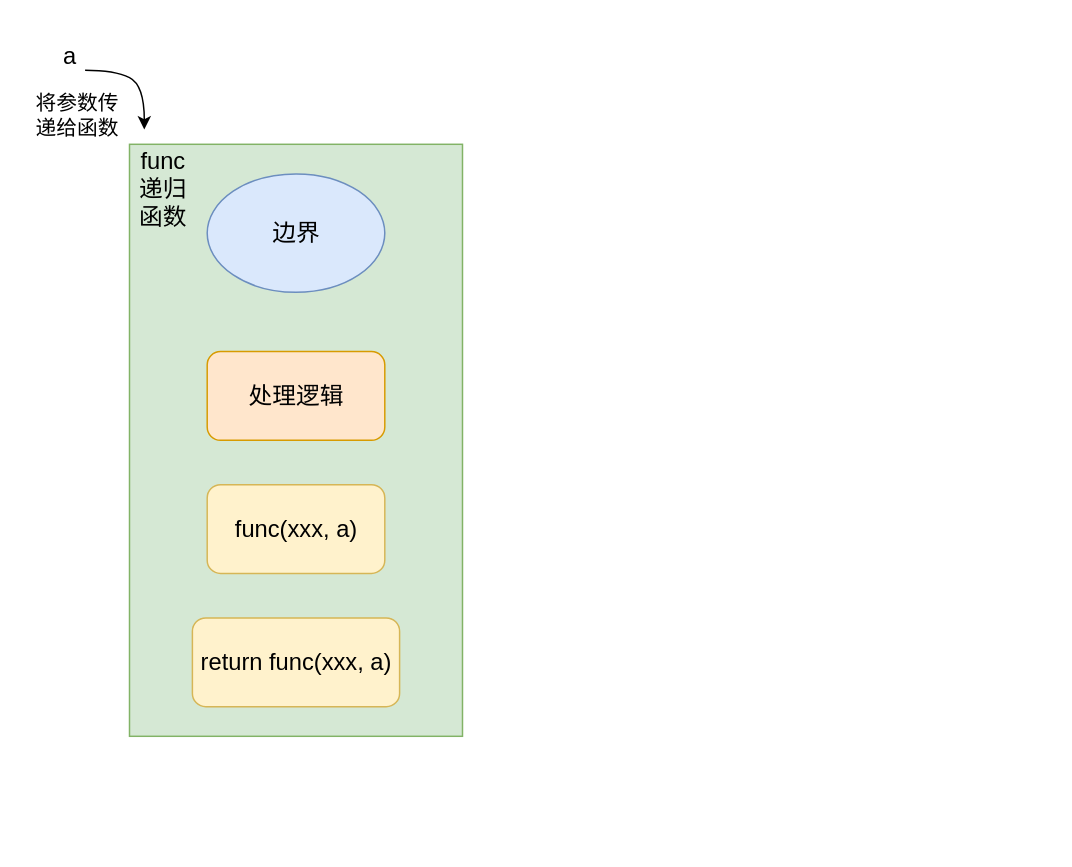
Before: 形式2变量接收递归式.drawio in codelyc/Hello-World, a draw.io diagram. Source tidied: cells renumbered, new cells numbered last; positions are measured from the earlier drawing's top-left corner, leaving out a move shared by most shapes. Both pictures are drawn from the tidied source at 148%, with x=0, y=0 at pixel (25, 40).
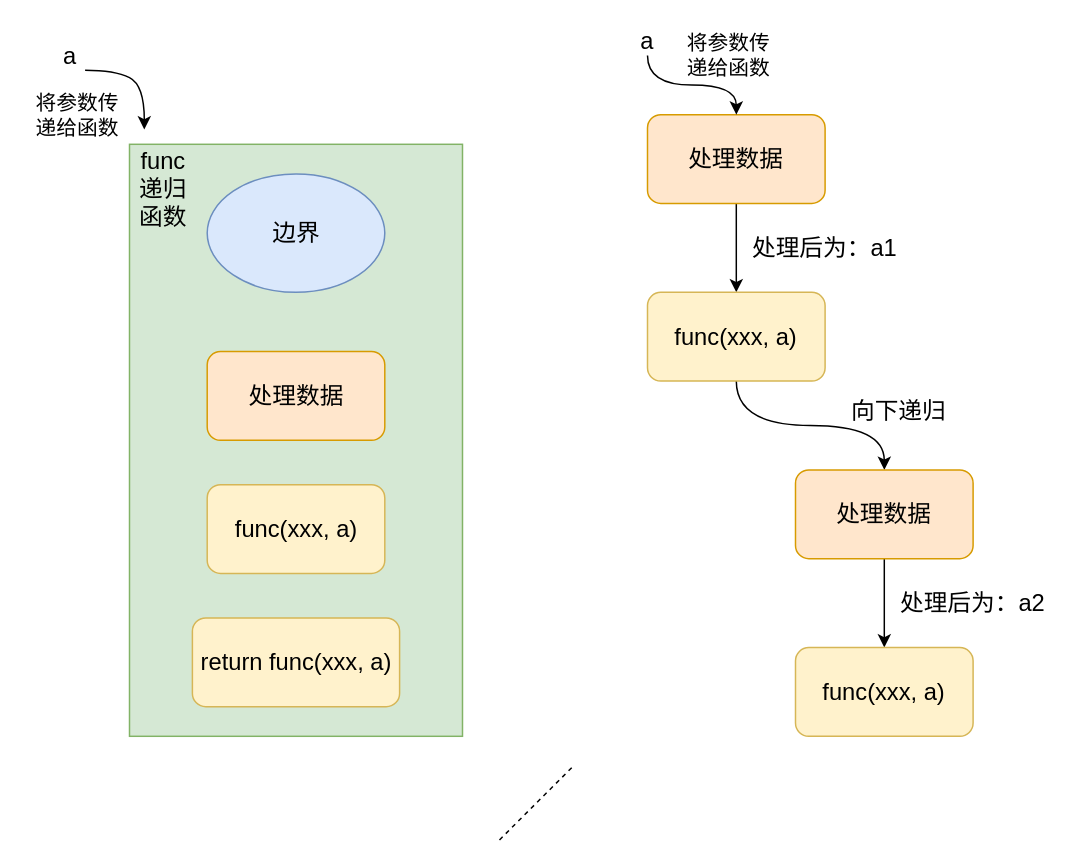
The same page after the edit.

Commit message (it also covers changes not shown here):
更新形式2变量接收递归式.drawio

The change refers to these unchanged cells:
```xml
<mxCell id="4" style="group;" parent="2" vertex="1">
  <mxGeometry x="42.5" y="20" width="140" height="360" as="geometry" />
</mxCell>
```

Change to the diagram source:
```diff
@@
-    <mxCell id="6" value="&lt;font style=&quot;font-size: 16px&quot;&gt;处理逻辑&lt;/font&gt;" style="rounded=1;whiteSpace=wrap;html=1;fillColor=#ffe6cc;strokeColor=#d79b00;" parent="4" vertex="1">
+    <mxCell id="6" value="&lt;font style=&quot;font-size: 16px&quot;&gt;处理数据&lt;/font&gt;" style="rounded=1;whiteSpace=wrap;html=1;fillColor=#ffe6cc;strokeColor=#d79b00;" parent="4" vertex="1">
       <mxGeometry x="10" y="120" width="120" height="60" as="geometry" />
     </mxCell>
@@
+    <mxCell id="13" style="edgeStyle=orthogonalEdgeStyle;rounded=0;jettySize=auto;html=1;exitX=0.5;exitY=1;exitDx=0;exitDy=0;entryX=0.5;entryY=0;entryDx=0;entryDy=0;" parent="1" edge="1" source="14" target="16">
+      <mxGeometry relative="1" as="geometry" />
+    </mxCell>
+    <mxCell id="14" value="&lt;font style=&quot;font-size: 16px&quot;&gt;处理数据&lt;/font&gt;" style="rounded=1;whiteSpace=wrap;html=1;fillColor=#ffe6cc;strokeColor=#d79b00;" parent="1" vertex="1">
+      <mxGeometry x="420" y="50" width="120" height="60" as="geometry" />
+    </mxCell>
+    <mxCell id="15" style="edgeStyle=orthogonalEdgeStyle;rounded=0;jettySize=auto;html=1;entryX=0.5;entryY=0;entryDx=0;entryDy=0;curved=1;" parent="1" edge="1" source="16" target="18">
+      <mxGeometry relative="1" as="geometry" />
+    </mxCell>
+    <mxCell id="16" value="&lt;font style=&quot;font-size: 16px&quot;&gt;func(xxx, a)&lt;/font&gt;" style="rounded=1;whiteSpace=wrap;html=1;fillColor=#fff2cc;strokeColor=#d6b656;" parent="1" vertex="1">
+      <mxGeometry x="420" y="170" width="120" height="60" as="geometry" />
+    </mxCell>
+    <mxCell id="17" style="edgeStyle=orthogonalEdgeStyle;curved=1;rounded=0;jettySize=auto;html=1;entryX=0.5;entryY=0;entryDx=0;entryDy=0;" parent="1" edge="1" source="18" target="19">
+      <mxGeometry relative="1" as="geometry" />
+    </mxCell>
+    <mxCell id="18" value="&lt;font style=&quot;font-size: 16px&quot;&gt;处理数据&lt;/font&gt;" style="rounded=1;whiteSpace=wrap;html=1;fillColor=#ffe6cc;strokeColor=#d79b00;" parent="1" vertex="1">
+      <mxGeometry x="520" y="290" width="120" height="60" as="geometry" />
+    </mxCell>
+    <mxCell id="19" value="&lt;font style=&quot;font-size: 16px&quot;&gt;func(xxx, a)&lt;/font&gt;" style="rounded=1;whiteSpace=wrap;html=1;fillColor=#fff2cc;strokeColor=#d6b656;" parent="1" vertex="1">
+      <mxGeometry x="520" y="410" width="120" height="60" as="geometry" />
+    </mxCell>
+    <mxCell id="20" style="edgeStyle=orthogonalEdgeStyle;rounded=0;jettySize=auto;html=1;entryX=0.5;entryY=0;entryDx=0;entryDy=0;curved=1;" parent="1" edge="1" source="21" target="14">
+      <mxGeometry relative="1" as="geometry" />
+    </mxCell>
+    <mxCell id="21" value="&lt;font style=&quot;font-size: 16px&quot;&gt;a&lt;/font&gt;" style="text;html=1;strokeColor=none;fillColor=none;align=center;verticalAlign=middle;whiteSpace=wrap;rounded=0;" parent="1" vertex="1">
+      <mxGeometry x="400" y="-10" width="40" height="20" as="geometry" />
+    </mxCell>
+    <mxCell id="22" value="&lt;font style=&quot;font-size: 14px&quot;&gt;将参数传递给函数&lt;/font&gt;" style="text;html=1;strokeColor=none;fillColor=none;align=center;verticalAlign=middle;whiteSpace=wrap;rounded=0;" parent="1" vertex="1">
+      <mxGeometry x="440" width="70" height="20" as="geometry" />
+    </mxCell>
+    <mxCell id="23" value="&lt;font style=&quot;font-size: 16px&quot;&gt;向下递归&lt;/font&gt;" style="text;html=1;strokeColor=none;fillColor=none;align=center;verticalAlign=middle;whiteSpace=wrap;rounded=0;" parent="1" vertex="1">
+      <mxGeometry x="540" y="240" width="100" height="20" as="geometry" />
+    </mxCell>
+    <mxCell id="24" value="&lt;font style=&quot;font-size: 16px&quot;&gt;处理后为：a1&lt;/font&gt;" style="text;html=1;strokeColor=none;fillColor=none;align=center;verticalAlign=middle;whiteSpace=wrap;rounded=0;" parent="1" vertex="1">
+      <mxGeometry x="490" y="130" width="100" height="20" as="geometry" />
+    </mxCell>
+    <mxCell id="25" value="&lt;font style=&quot;font-size: 16px&quot;&gt;处理后为：a2&lt;/font&gt;" style="text;html=1;strokeColor=none;fillColor=none;align=center;verticalAlign=middle;whiteSpace=wrap;rounded=0;" parent="1" vertex="1">
+      <mxGeometry x="590" y="370" width="100" height="20" as="geometry" />
+    </mxCell>
+    <mxCell id="26" style="endArrow=none;dashed=1;html=1;" parent="1" edge="1">
+      <mxGeometry relative="1" as="geometry">
+        <mxPoint x="320" y="540" as="sourcePoint" />
+        <mxPoint x="370" y="490" as="targetPoint" />
+      </mxGeometry>
+    </mxCell>
```
